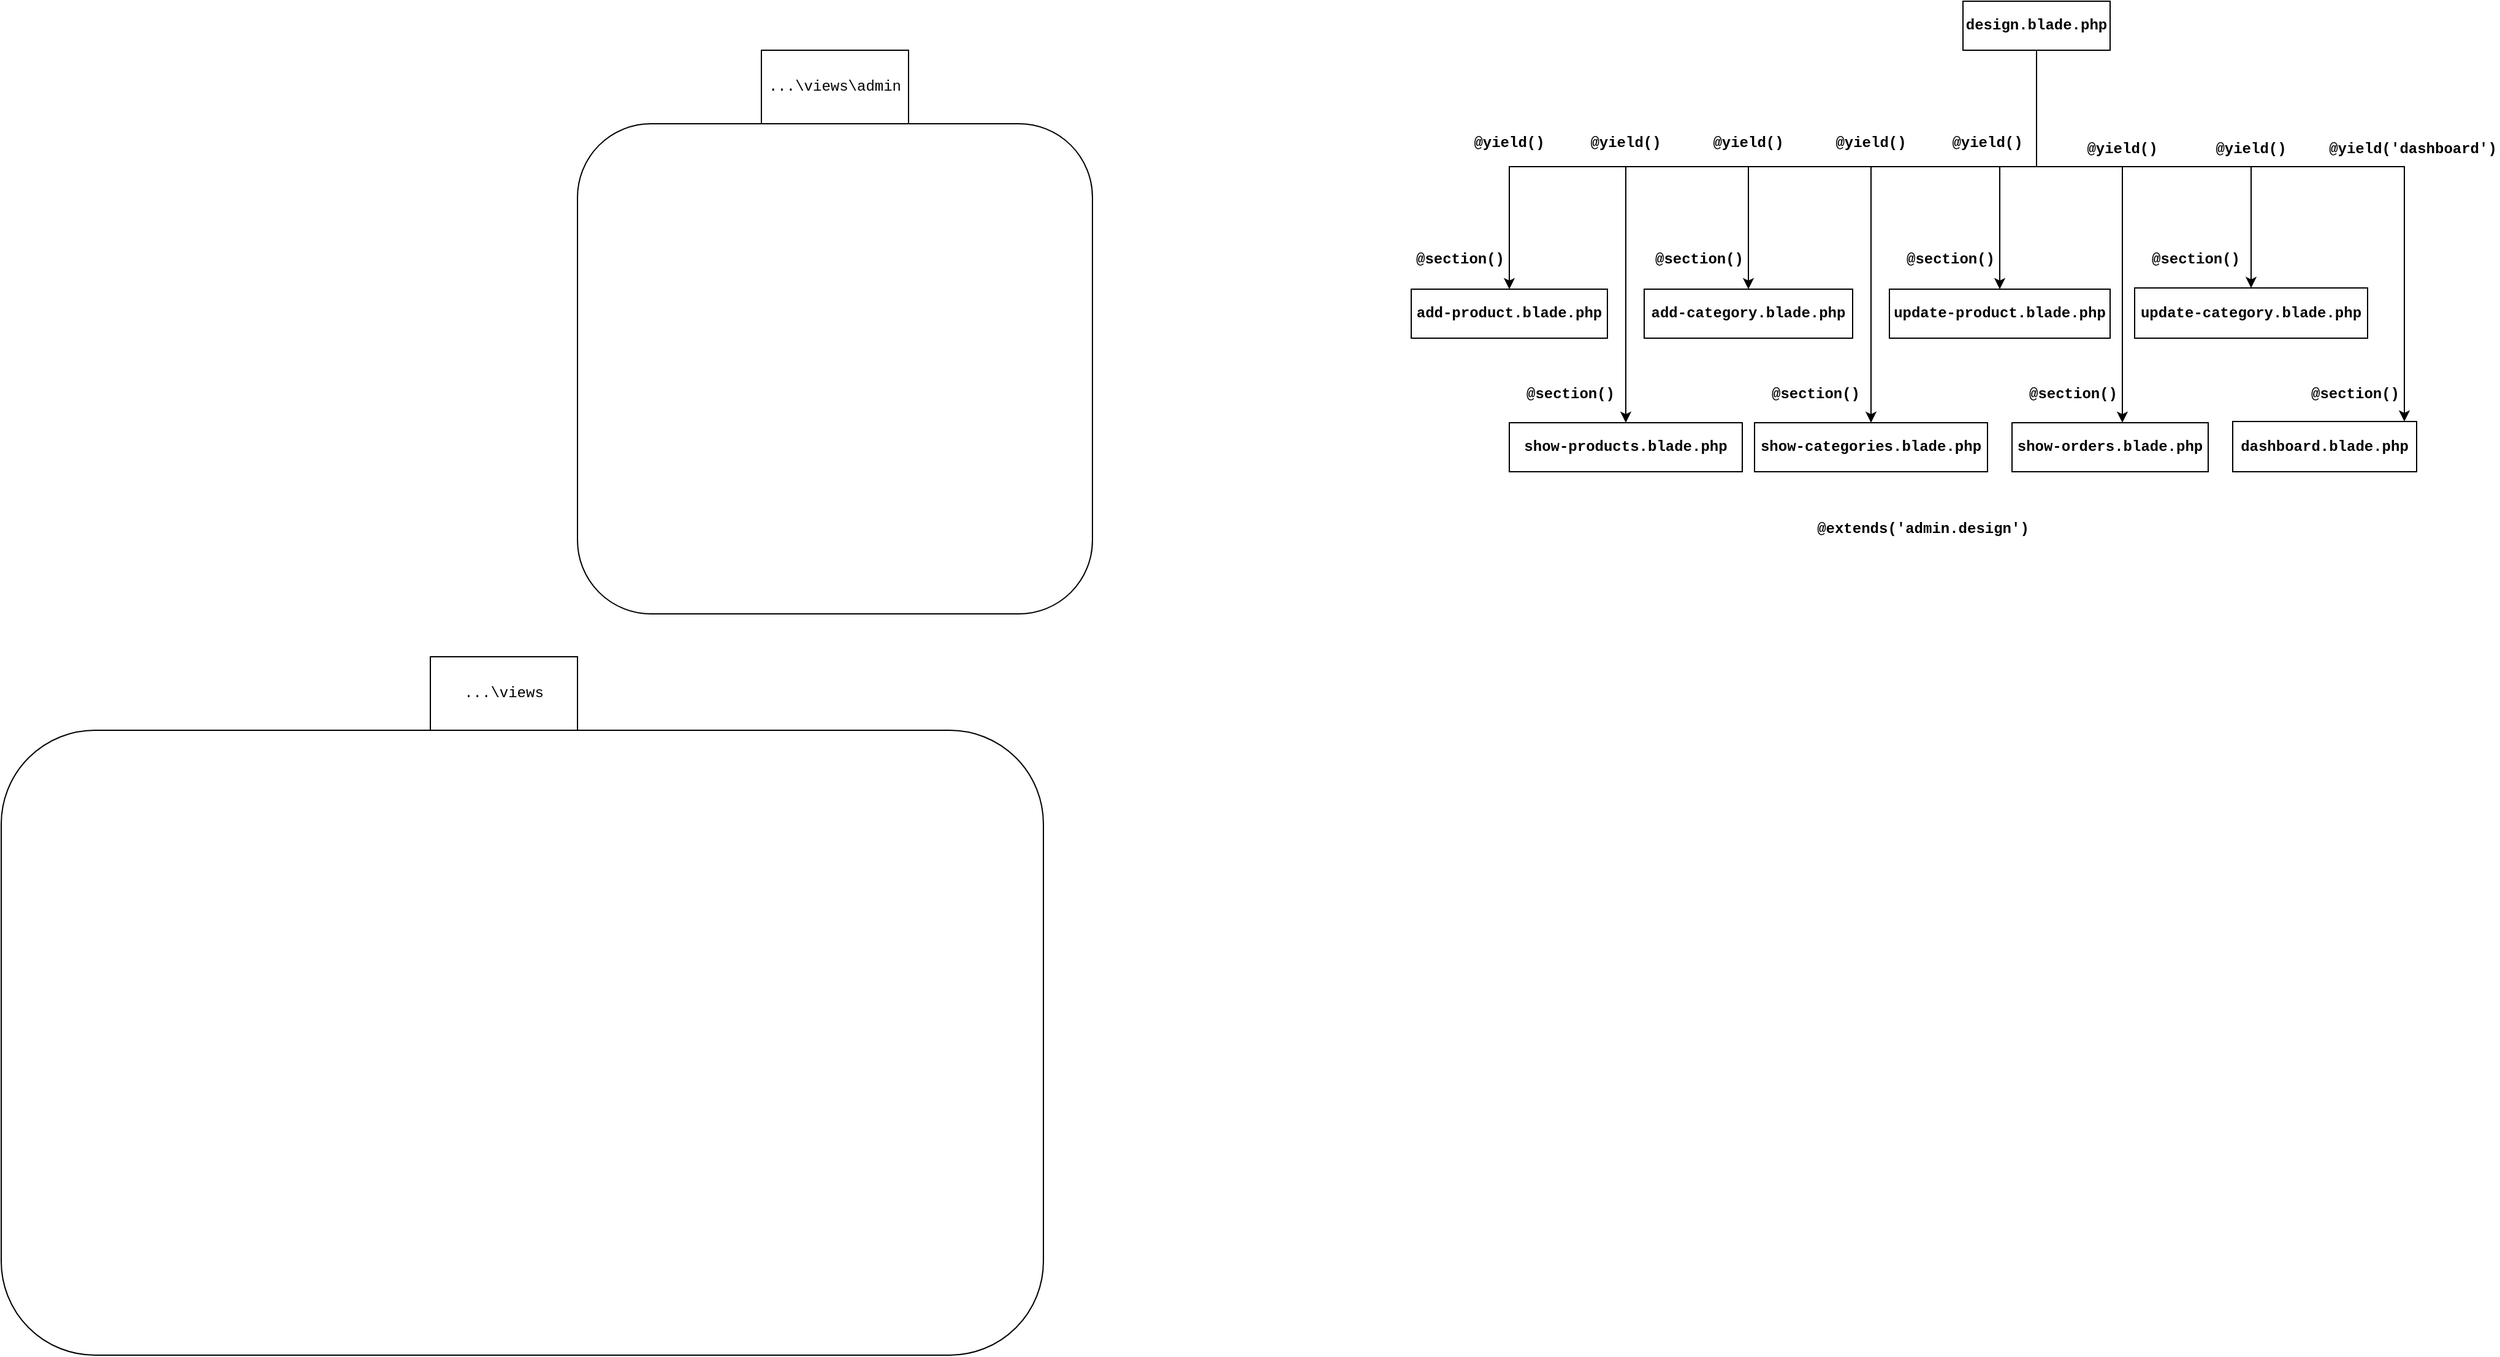
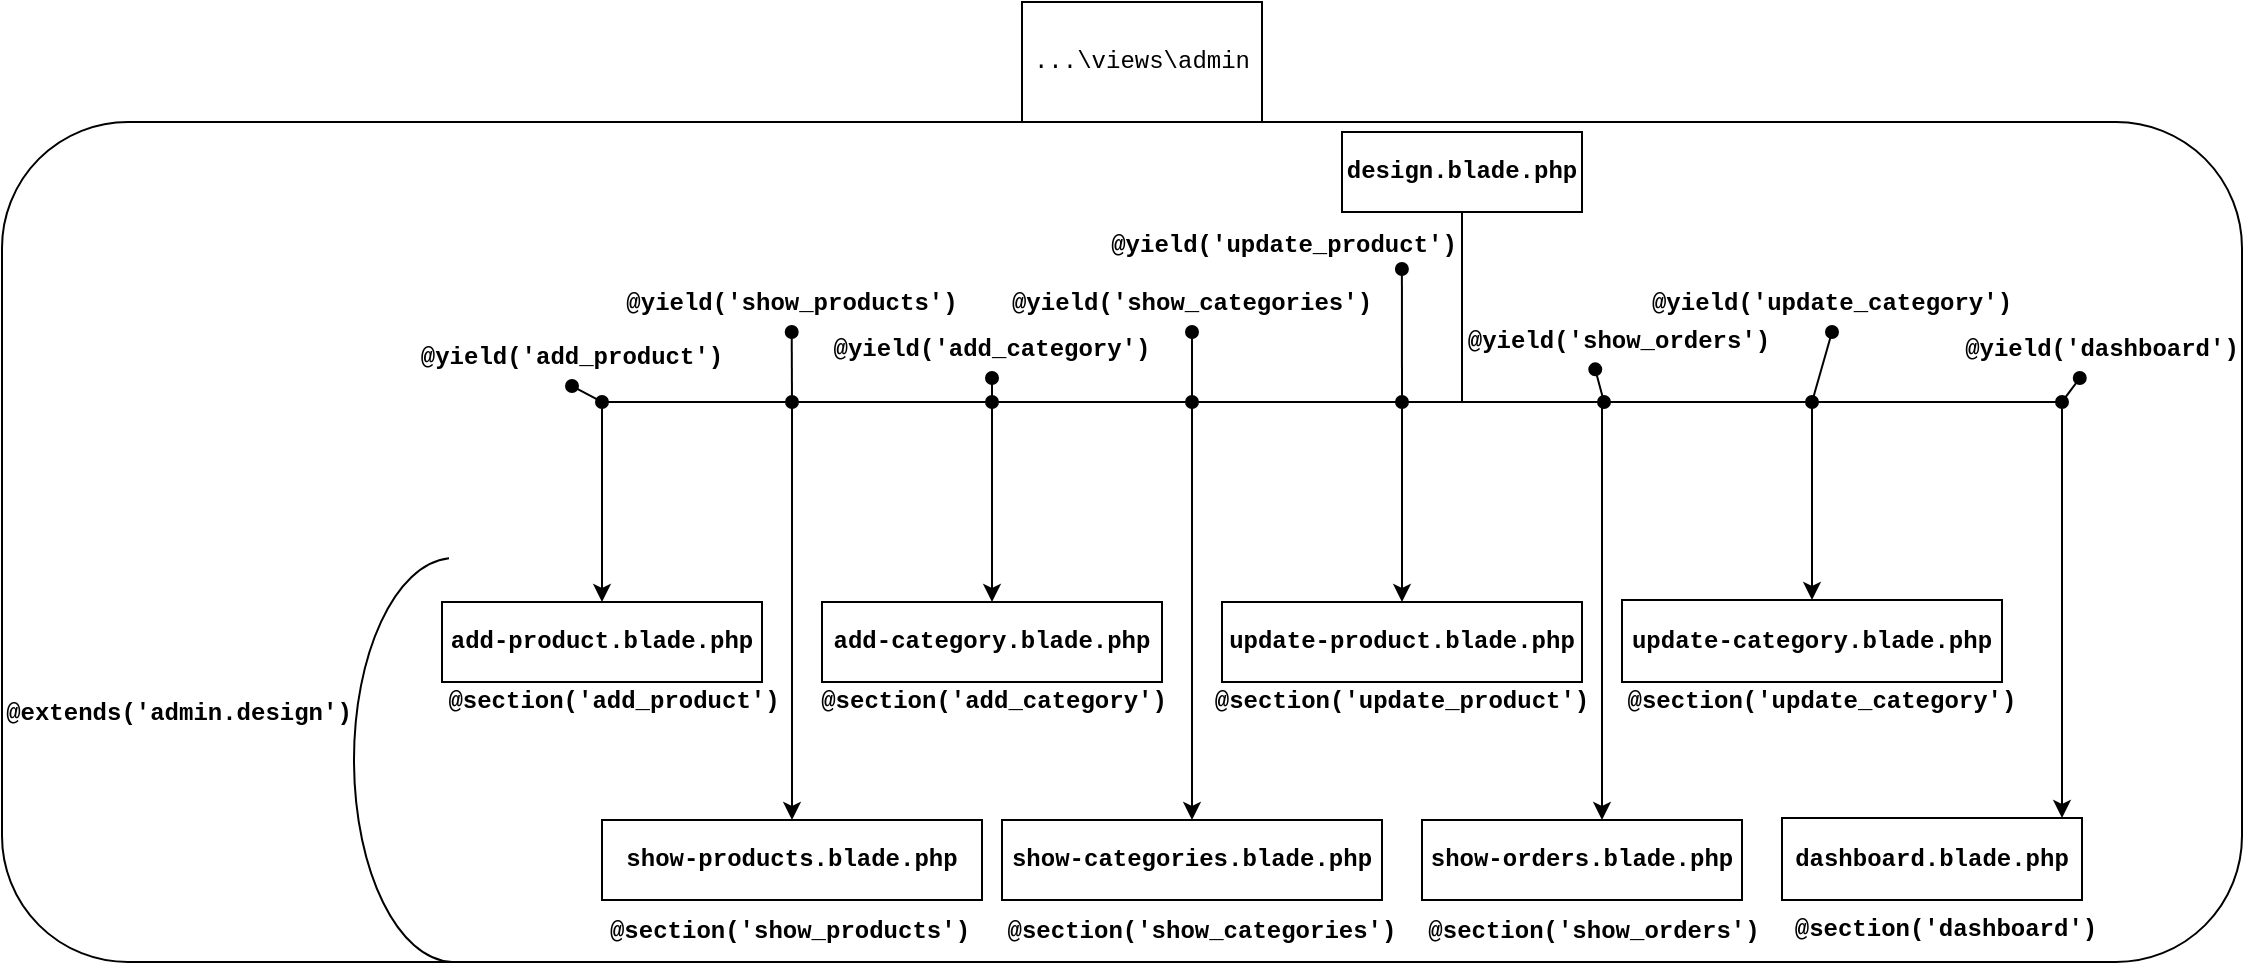
<mxfile host="app.diagrams.net">
  <diagram name="Page-1" id="uBmdOtDSwOopQcFU5jTV">
-     <mxGraphModel dx="2312" dy="346" grid="1" gridSize="10" guides="1" tooltips="1" connect="1" arrows="1" fold="1" page="1" pageScale="1" pageWidth="827" pageHeight="1169" math="0" shadow="0">
+     <mxGraphModel dx="2228" dy="743" grid="1" gridSize="10" guides="1" tooltips="1" connect="1" arrows="1" fold="1" page="1" pageScale="1" pageWidth="827" pageHeight="1169" math="0" shadow="0">
      <root>
        <mxCell id="0" />
        <mxCell id="1" parent="0" />
        <UserObject label="add-category.blade.php" link="add-category.blade.php" id="1IPhvSHB2k0nlwTHg5iG-1">
          <mxCell parent="1" style="text;whiteSpace=wrap;fontStyle=1;strokeColor=#000000;align=center;verticalAlign=middle;fontFamily=Courier New;" vertex="1">
            <mxGeometry height="40" width="170" x="-110" y="320" as="geometry" />
          </mxCell>
        </UserObject>
        <UserObject label="add-product.blade.php" link="add-product.blade.php" id="1IPhvSHB2k0nlwTHg5iG-2">
          <mxCell parent="1" style="text;whiteSpace=wrap;fontStyle=1;strokeColor=#000000;align=center;verticalAlign=middle;fontFamily=Courier New;" vertex="1">
            <mxGeometry height="40" width="160" x="-300" y="320" as="geometry" />
          </mxCell>
        </UserObject>
        <UserObject label="dashboard.blade.php" link="dashboard.blade.php" id="1IPhvSHB2k0nlwTHg5iG-3">
          <mxCell parent="1" style="text;whiteSpace=wrap;fontStyle=1;strokeColor=#000000;align=center;verticalAlign=middle;fontFamily=Courier New;" vertex="1">
            <mxGeometry height="41" width="150" x="370" y="428" as="geometry" />
          </mxCell>
        </UserObject>
        <mxCell id="H_54cdiIDL8ABqRV4JXk-14" edge="1" parent="1" source="1IPhvSHB2k0nlwTHg5iG-4" style="edgeStyle=orthogonalEdgeStyle;rounded=0;orthogonalLoop=1;jettySize=auto;html=1;exitX=0.5;exitY=1;exitDx=0;exitDy=0;entryX=0.5;entryY=0;entryDx=0;entryDy=0;fontFamily=Courier New;" target="1IPhvSHB2k0nlwTHg5iG-2">
          <mxGeometry relative="1" as="geometry">
            <Array as="points">
              <mxPoint x="210" y="125" />
              <mxPoint x="210" y="220" />
              <mxPoint x="-220" y="220" />
            </Array>
          </mxGeometry>
        </mxCell>
        <mxCell id="H_54cdiIDL8ABqRV4JXk-34" edge="1" parent="1" source="1IPhvSHB2k0nlwTHg5iG-4" style="edgeStyle=orthogonalEdgeStyle;rounded=0;orthogonalLoop=1;jettySize=auto;html=1;exitX=0.5;exitY=1;exitDx=0;exitDy=0;entryX=0.5;entryY=0;entryDx=0;entryDy=0;" target="1IPhvSHB2k0nlwTHg5iG-1">
          <mxGeometry relative="1" as="geometry">
            <Array as="points">
              <mxPoint x="210" y="125" />
              <mxPoint x="210" y="220" />
              <mxPoint x="-25" y="220" />
            </Array>
          </mxGeometry>
        </mxCell>
        <mxCell id="H_54cdiIDL8ABqRV4JXk-35" edge="1" parent="1" source="1IPhvSHB2k0nlwTHg5iG-4" style="edgeStyle=orthogonalEdgeStyle;rounded=0;orthogonalLoop=1;jettySize=auto;html=1;exitX=0.5;exitY=1;exitDx=0;exitDy=0;" target="86ikvxIWo9CaCbR4gL89-2">
          <mxGeometry relative="1" as="geometry">
            <Array as="points">
              <mxPoint x="210" y="125" />
              <mxPoint x="210" y="220" />
              <mxPoint x="-125" y="220" />
            </Array>
            <mxPoint x="-130" y="320" as="targetPoint" />
          </mxGeometry>
        </mxCell>
        <mxCell id="H_54cdiIDL8ABqRV4JXk-37" edge="1" parent="1" source="1IPhvSHB2k0nlwTHg5iG-4" style="edgeStyle=orthogonalEdgeStyle;rounded=0;orthogonalLoop=1;jettySize=auto;html=1;exitX=0.5;exitY=1;exitDx=0;exitDy=0;entryX=0.5;entryY=0;entryDx=0;entryDy=0;" target="1IPhvSHB2k0nlwTHg5iG-5">
          <mxGeometry relative="1" as="geometry">
            <Array as="points">
              <mxPoint x="210" y="125" />
              <mxPoint x="210" y="220" />
              <mxPoint x="75" y="220" />
            </Array>
          </mxGeometry>
        </mxCell>
        <mxCell id="H_54cdiIDL8ABqRV4JXk-39" edge="1" parent="1" source="1IPhvSHB2k0nlwTHg5iG-4" style="edgeStyle=orthogonalEdgeStyle;rounded=0;orthogonalLoop=1;jettySize=auto;html=1;exitX=0.5;exitY=1;exitDx=0;exitDy=0;" target="86ikvxIWo9CaCbR4gL89-3">
          <mxGeometry relative="1" as="geometry">
            <Array as="points">
              <mxPoint x="210" y="125" />
              <mxPoint x="210" y="220" />
              <mxPoint x="385" y="220" />
            </Array>
          </mxGeometry>
        </mxCell>
        <mxCell id="H_54cdiIDL8ABqRV4JXk-40" edge="1" parent="1" source="1IPhvSHB2k0nlwTHg5iG-4" style="edgeStyle=orthogonalEdgeStyle;rounded=0;orthogonalLoop=1;jettySize=auto;html=1;exitX=0.5;exitY=1;exitDx=0;exitDy=0;" target="86ikvxIWo9CaCbR4gL89-1">
          <mxGeometry relative="1" as="geometry">
            <Array as="points">
              <mxPoint x="210" y="125" />
              <mxPoint x="210" y="220" />
              <mxPoint x="280" y="220" />
            </Array>
          </mxGeometry>
        </mxCell>
        <mxCell id="H_54cdiIDL8ABqRV4JXk-41" edge="1" parent="1" source="1IPhvSHB2k0nlwTHg5iG-4" style="edgeStyle=orthogonalEdgeStyle;rounded=0;orthogonalLoop=1;jettySize=auto;html=1;exitX=0.5;exitY=1;exitDx=0;exitDy=0;" target="1IPhvSHB2k0nlwTHg5iG-3">
          <mxGeometry relative="1" as="geometry">
            <Array as="points">
              <mxPoint x="210" y="125" />
              <mxPoint x="210" y="220" />
              <mxPoint x="510" y="220" />
            </Array>
          </mxGeometry>
        </mxCell>
        <UserObject label="design.blade.php" link="design.blade.php" id="1IPhvSHB2k0nlwTHg5iG-4">
          <mxCell parent="1" style="text;whiteSpace=wrap;fontStyle=1;strokeColor=#000000;align=center;verticalAlign=middle;fontFamily=Courier New;" vertex="1">
            <mxGeometry height="40" width="120" x="150" y="85" as="geometry" />
          </mxCell>
        </UserObject>
        <UserObject label="show-categories.blade.php" link="show-categories.blade.php" id="1IPhvSHB2k0nlwTHg5iG-5">
          <mxCell parent="1" style="text;whiteSpace=wrap;fontStyle=1;strokeColor=#000000;align=center;verticalAlign=middle;fontFamily=Courier New;" vertex="1">
            <mxGeometry height="40" width="190" x="-20" y="429" as="geometry" />
          </mxCell>
        </UserObject>
        <UserObject label="show-orders.blade.php" link="show-orders.blade.php" id="86ikvxIWo9CaCbR4gL89-1">
          <mxCell parent="1" style="text;whiteSpace=wrap;fontStyle=1;strokeColor=#000000;align=center;verticalAlign=middle;fontFamily=Courier New;" vertex="1">
            <mxGeometry height="40" width="160" x="190" y="429" as="geometry" />
          </mxCell>
        </UserObject>
        <UserObject label="show-products.blade.php" link="show-products.blade.php" id="86ikvxIWo9CaCbR4gL89-2">
          <mxCell parent="1" style="text;whiteSpace=wrap;fontStyle=1;strokeColor=#000000;align=center;verticalAlign=middle;fontFamily=Courier New;" vertex="1">
            <mxGeometry height="40" width="190" x="-220" y="429" as="geometry" />
          </mxCell>
        </UserObject>
        <UserObject label="update-category.blade.php" link="update-category.blade.php" id="86ikvxIWo9CaCbR4gL89-3">
          <mxCell parent="1" style="text;whiteSpace=wrap;fontStyle=1;strokeColor=#000000;align=center;verticalAlign=middle;fontFamily=Courier New;" vertex="1">
            <mxGeometry height="41" width="190" x="290" y="319" as="geometry" />
          </mxCell>
        </UserObject>
        <UserObject label="update-product.blade.php" link="update-product.blade.php" id="86ikvxIWo9CaCbR4gL89-4">
          <mxCell parent="1" style="text;whiteSpace=wrap;fontStyle=1;strokeColor=#000000;align=center;verticalAlign=middle;fontFamily=Courier New;" vertex="1">
            <mxGeometry height="40" width="180" x="90" y="320" as="geometry" />
          </mxCell>
        </UserObject>
        <mxCell id="H_54cdiIDL8ABqRV4JXk-3" parent="1" style="rounded=1;whiteSpace=wrap;html=1;fillColor=none;fontFamily=Courier New;" value="" vertex="1">
-           <mxGeometry height="400" width="420" x="-980" y="185" as="geometry" />
-         </mxCell>
-         <mxCell id="H_54cdiIDL8ABqRV4JXk-5" parent="1" style="rounded=1;whiteSpace=wrap;html=1;fillColor=none;fontFamily=Courier New;" value="" vertex="1">
-           <mxGeometry height="510" width="850" x="-1450" y="680" as="geometry" />
+           <mxGeometry height="420" width="1120" x="-520" y="80" as="geometry" />
        </mxCell>
        <mxCell id="H_54cdiIDL8ABqRV4JXk-7" parent="1" style="rounded=0;whiteSpace=wrap;html=1;fontFamily=Courier New;" value="...\views\admin" vertex="1">
-           <mxGeometry height="60" width="120" x="-830" y="125" as="geometry" />
-         </mxCell>
-         <mxCell id="H_54cdiIDL8ABqRV4JXk-8" parent="1" style="rounded=0;whiteSpace=wrap;html=1;fontFamily=Courier New;" value="...\views" vertex="1">
-           <mxGeometry height="60" width="120" x="-1100" y="620" as="geometry" />
+           <mxGeometry height="60" width="120" x="-10" y="20" as="geometry" />
        </mxCell>
        <mxCell id="H_54cdiIDL8ABqRV4JXk-38" edge="1" parent="1" source="1IPhvSHB2k0nlwTHg5iG-4" style="edgeStyle=orthogonalEdgeStyle;rounded=0;orthogonalLoop=1;jettySize=auto;html=1;exitX=0.5;exitY=1;exitDx=0;exitDy=0;" target="86ikvxIWo9CaCbR4gL89-4">
          <mxGeometry relative="1" as="geometry">
            <Array as="points">
              <mxPoint x="210" y="125" />
              <mxPoint x="210" y="220" />
              <mxPoint x="180" y="220" />
            </Array>
          </mxGeometry>
        </mxCell>
-         <mxCell id="H_54cdiIDL8ABqRV4JXk-44" parent="1" style="text;html=1;whiteSpace=wrap;strokeColor=none;fillColor=none;align=center;verticalAlign=middle;rounded=0;fontStyle=1" value="&lt;font face=&quot;Courier New&quot;&gt;@yield()&lt;/font&gt;" vertex="1">
-           <mxGeometry height="30" width="60" x="-250" y="185" as="geometry" />
-         </mxCell>
-         <mxCell id="H_54cdiIDL8ABqRV4JXk-46" parent="1" style="text;html=1;whiteSpace=wrap;strokeColor=none;fillColor=none;align=center;verticalAlign=middle;rounded=0;fontStyle=1" value="&lt;font face=&quot;Courier New&quot;&gt;@yield()&lt;/font&gt;" vertex="1">
-           <mxGeometry height="30" width="60" x="-155" y="185" as="geometry" />
-         </mxCell>
-         <mxCell id="H_54cdiIDL8ABqRV4JXk-47" parent="1" style="text;html=1;whiteSpace=wrap;strokeColor=none;fillColor=none;align=center;verticalAlign=middle;rounded=0;fontStyle=1" value="&lt;font face=&quot;Courier New&quot;&gt;@yield()&lt;/font&gt;" vertex="1">
-           <mxGeometry height="30" width="60" x="-55" y="185" as="geometry" />
-         </mxCell>
-         <mxCell id="H_54cdiIDL8ABqRV4JXk-48" parent="1" style="text;html=1;whiteSpace=wrap;strokeColor=none;fillColor=none;align=center;verticalAlign=middle;rounded=0;fontStyle=1" value="&lt;font face=&quot;Courier New&quot;&gt;@yield()&lt;/font&gt;" vertex="1">
-           <mxGeometry height="30" width="60" x="45" y="185" as="geometry" />
-         </mxCell>
-         <mxCell id="H_54cdiIDL8ABqRV4JXk-49" parent="1" style="text;html=1;whiteSpace=wrap;strokeColor=none;fillColor=none;align=center;verticalAlign=middle;rounded=0;fontStyle=1" value="&lt;font face=&quot;Courier New&quot;&gt;@yield()&lt;/font&gt;" vertex="1">
-           <mxGeometry height="30" width="60" x="250" y="190" as="geometry" />
-         </mxCell>
-         <mxCell id="H_54cdiIDL8ABqRV4JXk-50" parent="1" style="text;html=1;whiteSpace=wrap;strokeColor=none;fillColor=none;align=center;verticalAlign=middle;rounded=0;fontStyle=1" value="&lt;font face=&quot;Courier New&quot;&gt;@yield()&lt;/font&gt;" vertex="1">
-           <mxGeometry height="30" width="60" x="355" y="190" as="geometry" />
+         <mxCell id="H_54cdiIDL8ABqRV4JXk-44" parent="1" style="text;html=1;whiteSpace=wrap;strokeColor=none;fillColor=none;align=center;verticalAlign=middle;rounded=0;fontStyle=1" value="&lt;font face=&quot;Courier New&quot;&gt;@yield(&#39;add_product&#39;)&lt;/font&gt;" vertex="1">
+           <mxGeometry height="30" width="130" x="-300" y="182" as="geometry" />
+         </mxCell>
+         <mxCell id="H_54cdiIDL8ABqRV4JXk-46" parent="1" style="text;html=1;whiteSpace=wrap;strokeColor=none;fillColor=none;align=center;verticalAlign=middle;rounded=0;fontStyle=1" value="&lt;font face=&quot;Courier New&quot;&gt;@yield(&lt;/font&gt;&lt;span style=&quot;font-family: &amp;quot;Courier New&amp;quot;;&quot;&gt;&#39;show_products&#39;&lt;/span&gt;&lt;font face=&quot;Courier New&quot;&gt;)&lt;/font&gt;" vertex="1">
+           <mxGeometry height="30" width="60" x="-155" y="155" as="geometry" />
+         </mxCell>
+         <mxCell id="H_54cdiIDL8ABqRV4JXk-47" parent="1" style="text;html=1;whiteSpace=wrap;strokeColor=none;fillColor=none;align=center;verticalAlign=middle;rounded=0;fontStyle=1" value="&lt;font face=&quot;Courier New&quot;&gt;@yield(&lt;/font&gt;&lt;span style=&quot;font-family: &amp;quot;Courier New&amp;quot;;&quot;&gt;&#39;add_category&#39;&lt;/span&gt;&lt;font face=&quot;Courier New&quot;&gt;)&lt;/font&gt;" vertex="1">
+           <mxGeometry height="30" width="60" x="-55" y="178" as="geometry" />
+         </mxCell>
+         <mxCell id="H_54cdiIDL8ABqRV4JXk-48" parent="1" style="text;html=1;whiteSpace=wrap;strokeColor=none;fillColor=none;align=center;verticalAlign=middle;rounded=0;fontStyle=1" value="&lt;font face=&quot;Courier New&quot;&gt;@yield(&#39;show_categories&#39;)&lt;/font&gt;" vertex="1">
+           <mxGeometry height="30" width="60" x="45" y="155" as="geometry" />
+         </mxCell>
+         <mxCell id="H_54cdiIDL8ABqRV4JXk-49" parent="1" style="text;html=1;whiteSpace=wrap;strokeColor=none;fillColor=none;align=center;verticalAlign=middle;rounded=0;fontStyle=1" value="&lt;font face=&quot;Courier New&quot;&gt;@yield(&lt;/font&gt;&lt;span style=&quot;font-family: &amp;quot;Courier New&amp;quot;;&quot;&gt;&#39;show_orders&#39;&lt;/span&gt;&lt;font face=&quot;Courier New&quot;&gt;)&lt;/font&gt;" vertex="1">
+           <mxGeometry height="30" width="113" x="232" y="174" as="geometry" />
+         </mxCell>
+         <mxCell id="H_54cdiIDL8ABqRV4JXk-50" parent="1" style="text;html=1;whiteSpace=wrap;strokeColor=none;fillColor=none;align=center;verticalAlign=middle;rounded=0;fontStyle=1" value="&lt;font face=&quot;Courier New&quot;&gt;@yield(&lt;/font&gt;&lt;span style=&quot;font-family: &amp;quot;Courier New&amp;quot;;&quot;&gt;&#39;update_category&#39;&lt;/span&gt;&lt;font face=&quot;Courier New&quot;&gt;)&lt;/font&gt;" vertex="1">
+           <mxGeometry height="30" width="178" x="306" y="155" as="geometry" />
        </mxCell>
        <mxCell id="H_54cdiIDL8ABqRV4JXk-51" parent="1" style="text;html=1;whiteSpace=wrap;strokeColor=none;fillColor=none;align=center;verticalAlign=middle;rounded=0;fontStyle=1" value="&lt;font face=&quot;Courier New&quot;&gt;@yield(&#39;dashboard&#39;)&lt;/font&gt;" vertex="1">
-           <mxGeometry height="30" width="140" x="447" y="190" as="geometry" />
-         </mxCell>
-         <mxCell id="H_54cdiIDL8ABqRV4JXk-52" parent="1" style="text;html=1;whiteSpace=wrap;strokeColor=none;fillColor=none;align=center;verticalAlign=middle;rounded=0;fontStyle=1" value="&lt;font face=&quot;Courier New&quot;&gt;@yield()&lt;/font&gt;" vertex="1">
-           <mxGeometry height="30" width="60" x="140" y="185" as="geometry" />
-         </mxCell>
-         <mxCell id="H_54cdiIDL8ABqRV4JXk-54" parent="1" style="text;html=1;whiteSpace=wrap;strokeColor=none;fillColor=none;align=center;verticalAlign=middle;rounded=0;fontStyle=1" value="&lt;font face=&quot;Courier New&quot;&gt;@section()&lt;/font&gt;" vertex="1">
-           <mxGeometry height="30" width="60" x="-200" y="390" as="geometry" />
+           <mxGeometry height="30" width="140" x="460" y="178" as="geometry" />
+         </mxCell>
+         <mxCell id="H_54cdiIDL8ABqRV4JXk-52" parent="1" style="text;html=1;whiteSpace=wrap;strokeColor=none;fillColor=none;align=center;verticalAlign=middle;rounded=0;fontStyle=1" value="&lt;font face=&quot;Courier New&quot;&gt;@yield(&#39;update_product&#39;)&lt;/font&gt;" vertex="1">
+           <mxGeometry height="25" width="150" x="46" y="128" as="geometry" />
+         </mxCell>
+         <mxCell id="H_54cdiIDL8ABqRV4JXk-54" parent="1" style="text;html=1;whiteSpace=wrap;strokeColor=none;fillColor=none;align=center;verticalAlign=middle;rounded=0;fontStyle=1" value="&lt;font face=&quot;Courier New&quot;&gt;@section(&#39;show_products&#39;)&lt;/font&gt;" vertex="1">
+           <mxGeometry height="30" width="180" x="-216" y="469" as="geometry" />
        </mxCell>
        <mxCell id="H_54cdiIDL8ABqRV4JXk-55" parent="1" style="text;html=1;whiteSpace=wrap;strokeColor=none;fillColor=none;align=center;verticalAlign=middle;rounded=0;fontStyle=1" value="&lt;font face=&quot;Courier New&quot;&gt;@extends(&#39;admin.design&#39;)&lt;/font&gt;" vertex="1">
-           <mxGeometry height="30" width="175" x="30" y="500" as="geometry" />
-         </mxCell>
-         <mxCell id="H_54cdiIDL8ABqRV4JXk-56" parent="1" style="text;html=1;whiteSpace=wrap;strokeColor=none;fillColor=none;align=center;verticalAlign=middle;rounded=0;fontStyle=1" value="&lt;font face=&quot;Courier New&quot;&gt;@section()&lt;/font&gt;" vertex="1">
-           <mxGeometry height="30" width="60" y="390" as="geometry" />
-         </mxCell>
-         <mxCell id="H_54cdiIDL8ABqRV4JXk-57" parent="1" style="text;html=1;whiteSpace=wrap;strokeColor=none;fillColor=none;align=center;verticalAlign=middle;rounded=0;fontStyle=1" value="&lt;font face=&quot;Courier New&quot;&gt;@section()&lt;/font&gt;" vertex="1">
-           <mxGeometry height="30" width="60" x="210" y="390" as="geometry" />
-         </mxCell>
-         <mxCell id="H_54cdiIDL8ABqRV4JXk-58" parent="1" style="text;html=1;whiteSpace=wrap;strokeColor=none;fillColor=none;align=center;verticalAlign=middle;rounded=0;fontStyle=1" value="&lt;font face=&quot;Courier New&quot;&gt;@section()&lt;/font&gt;" vertex="1">
-           <mxGeometry height="30" width="60" x="440" y="390" as="geometry" />
-         </mxCell>
-         <mxCell id="H_54cdiIDL8ABqRV4JXk-59" parent="1" style="text;html=1;whiteSpace=wrap;strokeColor=none;fillColor=none;align=center;verticalAlign=middle;rounded=0;fontStyle=1" value="&lt;font face=&quot;Courier New&quot;&gt;@section()&lt;/font&gt;" vertex="1">
-           <mxGeometry height="30" width="60" x="310" y="280" as="geometry" />
-         </mxCell>
-         <mxCell id="H_54cdiIDL8ABqRV4JXk-60" parent="1" style="text;html=1;whiteSpace=wrap;strokeColor=none;fillColor=none;align=center;verticalAlign=middle;rounded=0;fontStyle=1" value="&lt;font face=&quot;Courier New&quot;&gt;@section()&lt;/font&gt;" vertex="1">
-           <mxGeometry height="30" width="60" x="110" y="280" as="geometry" />
-         </mxCell>
-         <mxCell id="H_54cdiIDL8ABqRV4JXk-61" parent="1" style="text;html=1;whiteSpace=wrap;strokeColor=none;fillColor=none;align=center;verticalAlign=middle;rounded=0;fontStyle=1" value="&lt;font face=&quot;Courier New&quot;&gt;@section()&lt;/font&gt;" vertex="1">
-           <mxGeometry height="30" width="60" x="-95" y="280" as="geometry" />
-         </mxCell>
-         <mxCell id="H_54cdiIDL8ABqRV4JXk-62" parent="1" style="text;html=1;whiteSpace=wrap;strokeColor=none;fillColor=none;align=center;verticalAlign=middle;rounded=0;fontStyle=1" value="&lt;font face=&quot;Courier New&quot;&gt;@section()&lt;/font&gt;" vertex="1">
-           <mxGeometry height="30" width="60" x="-290" y="280" as="geometry" />
+           <mxGeometry height="30" width="175" x="-519" y="360" as="geometry" />
+         </mxCell>
+         <mxCell id="H_54cdiIDL8ABqRV4JXk-60" parent="1" style="text;html=1;whiteSpace=wrap;strokeColor=none;fillColor=none;align=center;verticalAlign=middle;rounded=0;fontStyle=1" value="&lt;font face=&quot;Courier New&quot;&gt;@section(&#39;update_product&#39;)&lt;/font&gt;" vertex="1">
+           <mxGeometry height="30" width="180" x="90" y="354" as="geometry" />
+         </mxCell>
+         <mxCell id="H_54cdiIDL8ABqRV4JXk-61" parent="1" style="text;html=1;whiteSpace=wrap;strokeColor=none;fillColor=none;align=center;verticalAlign=middle;rounded=0;fontStyle=1" value="&lt;font face=&quot;Courier New&quot;&gt;@section(&#39;add_category&#39;)&lt;/font&gt;" vertex="1">
+           <mxGeometry height="30" width="60" x="-54" y="354" as="geometry" />
+         </mxCell>
+         <mxCell id="H_54cdiIDL8ABqRV4JXk-62" parent="1" style="text;html=1;whiteSpace=wrap;strokeColor=none;fillColor=none;align=center;verticalAlign=middle;rounded=0;fontStyle=1" value="&lt;font face=&quot;Courier New&quot;&gt;@section(&lt;/font&gt;&lt;span style=&quot;font-family: &amp;quot;Courier New&amp;quot;;&quot;&gt;&#39;add_product&#39;&lt;/span&gt;&lt;font face=&quot;Courier New&quot;&gt;)&lt;/font&gt;" vertex="1">
+           <mxGeometry height="30" width="60" x="-244" y="354" as="geometry" />
+         </mxCell>
+         <mxCell id="qNjE3jm2CgYN9xRHC4p2-9" edge="1" parent="1" style="edgeStyle=none;rounded=0;orthogonalLoop=1;jettySize=auto;html=1;exitX=0.5;exitY=1;exitDx=0;exitDy=0;endArrow=oval;endFill=1;startArrow=oval;startFill=1;">
+           <mxGeometry relative="1" as="geometry">
+             <mxPoint x="-125.14655172413791" y="185" as="sourcePoint" />
+             <mxPoint x="-125" y="220" as="targetPoint" />
+           </mxGeometry>
+         </mxCell>
+         <mxCell id="qNjE3jm2CgYN9xRHC4p2-10" edge="1" parent="1" style="edgeStyle=none;rounded=0;orthogonalLoop=1;jettySize=auto;html=1;endArrow=oval;endFill=1;startArrow=oval;startFill=1;entryX=0.5;entryY=1;entryDx=0;entryDy=0;" target="H_54cdiIDL8ABqRV4JXk-47">
+           <mxGeometry relative="1" as="geometry">
+             <mxPoint x="-25" y="220" as="sourcePoint" />
+             <mxPoint x="-24.853448275862092" y="275" as="targetPoint" />
+           </mxGeometry>
+         </mxCell>
+         <mxCell id="qNjE3jm2CgYN9xRHC4p2-12" edge="1" parent="1" source="H_54cdiIDL8ABqRV4JXk-44" style="edgeStyle=none;rounded=0;orthogonalLoop=1;jettySize=auto;html=1;endArrow=oval;endFill=1;startArrow=oval;startFill=1;exitX=0.5;exitY=1;exitDx=0;exitDy=0;">
+           <mxGeometry relative="1" as="geometry">
+             <mxPoint x="-10" y="252" as="sourcePoint" />
+             <mxPoint x="-220" y="220" as="targetPoint" />
+           </mxGeometry>
+         </mxCell>
+         <mxCell id="qNjE3jm2CgYN9xRHC4p2-13" edge="1" parent="1" source="H_54cdiIDL8ABqRV4JXk-48" style="edgeStyle=none;rounded=0;orthogonalLoop=1;jettySize=auto;html=1;endArrow=oval;endFill=1;startArrow=oval;startFill=1;exitX=0.5;exitY=1;exitDx=0;exitDy=0;">
+           <mxGeometry relative="1" as="geometry">
+             <mxPoint x="75" y="292" as="sourcePoint" />
+             <mxPoint x="75" y="220" as="targetPoint" />
+           </mxGeometry>
+         </mxCell>
+         <mxCell id="qNjE3jm2CgYN9xRHC4p2-14" edge="1" parent="1" style="edgeStyle=none;rounded=0;orthogonalLoop=1;jettySize=auto;html=1;endArrow=oval;endFill=1;startArrow=oval;startFill=1;entryX=0.893;entryY=1.02;entryDx=0;entryDy=0;entryPerimeter=0;" target="H_54cdiIDL8ABqRV4JXk-52">
+           <mxGeometry relative="1" as="geometry">
+             <mxPoint x="180" y="220" as="sourcePoint" />
+             <mxPoint x="130" y="285" as="targetPoint" />
+           </mxGeometry>
+         </mxCell>
+         <mxCell id="qNjE3jm2CgYN9xRHC4p2-15" parent="1" style="text;html=1;whiteSpace=wrap;strokeColor=none;fillColor=none;align=center;verticalAlign=middle;rounded=0;fontStyle=1" value="&lt;font face=&quot;Courier New&quot;&gt;@section(&#39;show_categories&#39;)&lt;/font&gt;" vertex="1">
+           <mxGeometry height="30" width="180" x="-10" y="469" as="geometry" />
+         </mxCell>
+         <mxCell id="qNjE3jm2CgYN9xRHC4p2-16" parent="1" style="text;html=1;whiteSpace=wrap;strokeColor=none;fillColor=none;align=center;verticalAlign=middle;rounded=0;fontStyle=1" value="&lt;font face=&quot;Courier New&quot;&gt;@section(&#39;show_orders&#39;)&lt;/font&gt;" vertex="1">
+           <mxGeometry height="30" width="180" x="186" y="469" as="geometry" />
+         </mxCell>
+         <mxCell id="qNjE3jm2CgYN9xRHC4p2-19" parent="1" style="verticalLabelPosition=bottom;verticalAlign=top;html=1;shape=mxgraph.basic.arc;startAngle=0.5031826745504864;endAngle=0.9920488743719118;" value="" vertex="1">
+           <mxGeometry height="202" width="100" x="-344" y="298" as="geometry" />
+         </mxCell>
+         <mxCell id="qNjE3jm2CgYN9xRHC4p2-20" parent="1" style="text;html=1;whiteSpace=wrap;strokeColor=none;fillColor=none;align=center;verticalAlign=middle;rounded=0;fontStyle=1" value="&lt;font face=&quot;Courier New&quot;&gt;@section(&#39;dashboard&#39;)&lt;/font&gt;" vertex="1">
+           <mxGeometry height="30" width="180" x="362" y="468" as="geometry" />
+         </mxCell>
+         <mxCell id="qNjE3jm2CgYN9xRHC4p2-21" parent="1" style="text;html=1;whiteSpace=wrap;strokeColor=none;fillColor=none;align=center;verticalAlign=middle;rounded=0;fontStyle=1" value="&lt;font face=&quot;Courier New&quot;&gt;@section(&#39;update_category&#39;)&lt;/font&gt;" vertex="1">
+           <mxGeometry height="30" width="180" x="300" y="354" as="geometry" />
+         </mxCell>
+         <mxCell id="qNjE3jm2CgYN9xRHC4p2-22" edge="1" parent="1" source="H_54cdiIDL8ABqRV4JXk-49" style="edgeStyle=none;rounded=0;orthogonalLoop=1;jettySize=auto;html=1;endArrow=oval;endFill=1;startArrow=oval;startFill=1;exitX=0.395;exitY=0.989;exitDx=0;exitDy=0;exitPerimeter=0;">
+           <mxGeometry relative="1" as="geometry">
+             <mxPoint x="296.50000000000045" y="205" as="sourcePoint" />
+             <mxPoint x="281" y="220" as="targetPoint" />
+           </mxGeometry>
+         </mxCell>
+         <mxCell id="qNjE3jm2CgYN9xRHC4p2-23" edge="1" parent="1" style="edgeStyle=none;rounded=0;orthogonalLoop=1;jettySize=auto;html=1;endArrow=oval;endFill=1;startArrow=oval;startFill=1;entryX=0.5;entryY=1;entryDx=0;entryDy=0;" target="H_54cdiIDL8ABqRV4JXk-50">
+           <mxGeometry relative="1" as="geometry">
+             <mxPoint x="385" y="220" as="sourcePoint" />
+             <mxPoint x="400" y="190" as="targetPoint" />
+           </mxGeometry>
+         </mxCell>
+         <mxCell id="qNjE3jm2CgYN9xRHC4p2-24" edge="1" parent="1" style="edgeStyle=none;rounded=0;orthogonalLoop=1;jettySize=auto;html=1;endArrow=oval;endFill=1;startArrow=oval;startFill=1;" target="H_54cdiIDL8ABqRV4JXk-51">
+           <mxGeometry relative="1" as="geometry">
+             <mxPoint x="510" y="220" as="sourcePoint" />
+             <mxPoint x="450" y="218" as="targetPoint" />
+           </mxGeometry>
        </mxCell>
      </root>
    </mxGraphModel>
  </diagram>
</mxfile>
